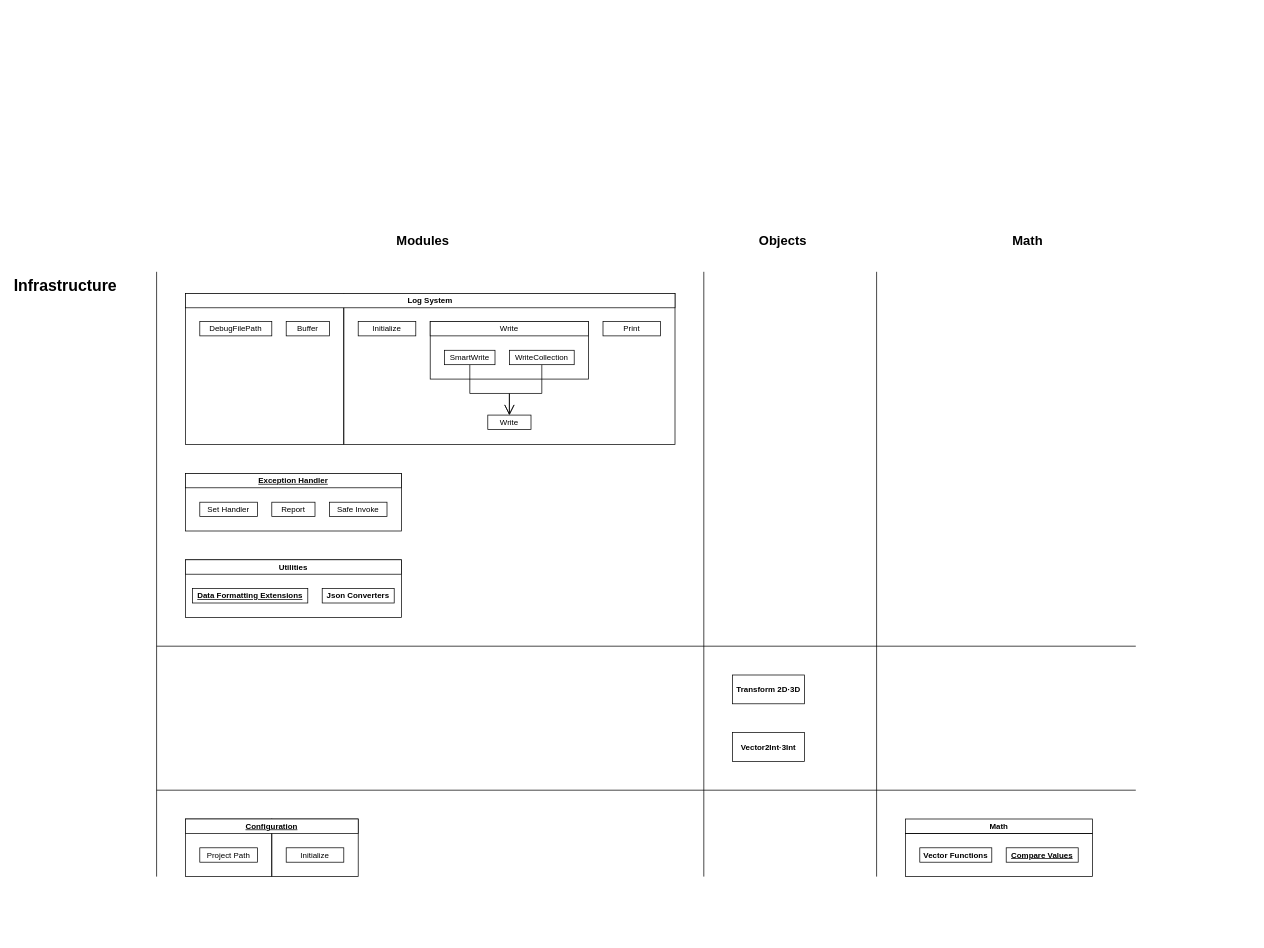
Above: page "Infrastructure" (1 of 2) of docs/02. UniEngine/UniEngine.drawio in dove-creative/uniengine (draw.io), before the change. Source tidied: cells renumbered, new cells numbered last; positions are measured from the earlier drawing's top-left corner, leaving out a move shared by most shapes. Both pictures are drawn from the tidied source at 72%, with x=0, y=0 at pixel (12, 228).
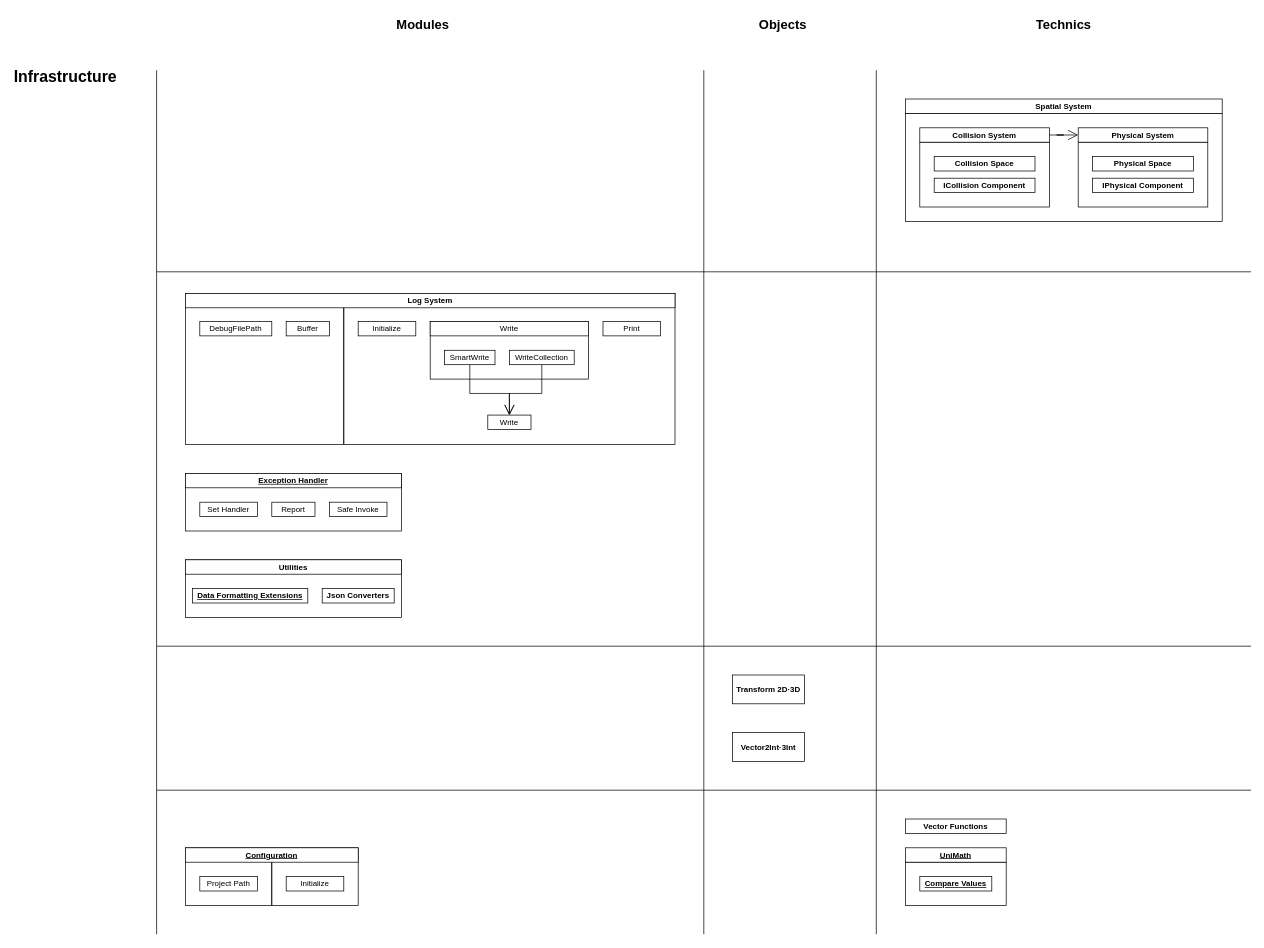
After the change.

The edit, as a diff of the source:
```diff
@@
+    <mxCell id="43" style="rounded=0;whiteSpace=wrap;html=1;fontFamily=Helvetica;fontSize=11;fontColor=default;labelBackgroundColor=default;fillColor=none;" parent="1" vertex="1">
+      <mxGeometry x="1240" y="880" width="140" height="60" as="geometry" />
+    </mxCell>
+    <mxCell id="45" style="rounded=0;whiteSpace=wrap;html=1;fontFamily=Helvetica;fontSize=11;fontColor=default;labelBackgroundColor=default;fillColor=none;" parent="1" vertex="1">
+      <mxGeometry x="1240" y="-160" width="440" height="150" as="geometry" />
+    </mxCell>
+    <mxCell id="46" style="rounded=0;whiteSpace=wrap;html=1;fontFamily=Helvetica;fontSize=11;fontColor=default;labelBackgroundColor=default;fillColor=none;" parent="1" vertex="1">
+      <mxGeometry x="1480" y="-120" width="180" height="90" as="geometry" />
+    </mxCell>
+    <mxCell id="47" style="rounded=0;whiteSpace=wrap;html=1;fontFamily=Helvetica;fontSize=11;fontColor=default;labelBackgroundColor=default;fillColor=none;" parent="1" vertex="1">
+      <mxGeometry x="1260" y="-120" width="180" height="90" as="geometry" />
+    </mxCell>
@@
     <mxCell id="5" style="rounded=0;whiteSpace=wrap;html=1;fontFamily=Helvetica;fontSize=11;fontColor=default;labelBackgroundColor=default;fillColor=none;" parent="1" vertex="1">
-      <mxGeometry x="240" y="820" width="120" height="80" as="geometry" />
+      <mxGeometry x="240" y="860" width="120" height="80" as="geometry" />
     </mxCell>
     <mxCell id="6" value="&lt;h1 style=&quot;margin-top: 0px;&quot;&gt;Infrastructure&lt;/h1&gt;" style="text;html=1;whiteSpace=wrap;overflow=hidden;rounded=0;fontFamily=Helvetica;fontSize=11;fontColor=default;labelBackgroundColor=none;align=left;verticalAlign=top;" parent="1" vertex="1">
-      <mxGeometry y="60" width="150" height="40" as="geometry" />
+      <mxGeometry y="-230" width="150" height="40" as="geometry" />
     </mxCell>
     <mxCell id="7" value="&lt;h1 style=&quot;margin-top: 0px;&quot;&gt;Modules&lt;/h1&gt;" style="text;html=1;whiteSpace=wrap;overflow=hidden;rounded=0;fontFamily=Helvetica;fontSize=9;fontColor=default;labelBackgroundColor=none;align=center;verticalAlign=top;" parent="1" vertex="1">
-      <mxGeometry x="490" width="160" height="40" as="geometry" />
+      <mxGeometry x="490" y="-300" width="160" height="40" as="geometry" />
     </mxCell>
     <mxCell id="8" style="endArrow=none;html=1;rounded=0;strokeColor=default;align=center;verticalAlign=middle;fontFamily=Helvetica;fontSize=11;fontColor=default;labelBackgroundColor=default;defaultLabelBackgroundColor=page;startSize=12;endSize=12;" parent="1" edge="1">
       <mxGeometry relative="1" as="geometry">
-        <mxPoint x="200" y="900" as="sourcePoint" />
-        <mxPoint x="200" y="60" as="targetPoint" />
+        <mxPoint x="200" y="980" as="sourcePoint" />
+        <mxPoint x="200" y="-220" as="targetPoint" />
       </mxGeometry>
     </mxCell>
     <mxCell id="9" style="endArrow=none;html=1;rounded=0;strokeColor=default;align=center;verticalAlign=middle;fontFamily=Helvetica;fontSize=11;fontColor=default;labelBackgroundColor=default;defaultLabelBackgroundColor=page;startSize=12;endSize=12;" parent="1" edge="1">
       <mxGeometry relative="1" as="geometry">
         <mxPoint x="200" y="780" as="sourcePoint" />
-        <mxPoint x="1560" y="780" as="targetPoint" />
+        <mxPoint x="1720" y="780" as="targetPoint" />
       </mxGeometry>
     </mxCell>
     <mxCell id="10" value="&lt;div style=&quot;text-align: right;&quot;&gt;Project Path&lt;/div&gt;" style="rounded=0;whiteSpace=wrap;html=1;fontFamily=Helvetica;fontSize=11;fontColor=default;labelBackgroundColor=default;" parent="1" vertex="1">
-      <mxGeometry x="260" y="860" width="80" height="20" as="geometry" />
+      <mxGeometry x="260" y="900" width="80" height="20" as="geometry" />
     </mxCell>
     <mxCell id="11" style="rounded=0;whiteSpace=wrap;html=1;fontFamily=Helvetica;fontSize=11;fontColor=default;labelBackgroundColor=default;fillColor=none;" parent="1" vertex="1">
-      <mxGeometry x="360" y="820" width="120" height="80" as="geometry" />
+      <mxGeometry x="360" y="860" width="120" height="80" as="geometry" />
     </mxCell>
     <mxCell id="12" value="&lt;div style=&quot;text-align: right;&quot;&gt;Initialize&lt;/div&gt;" style="rounded=0;whiteSpace=wrap;html=1;fontFamily=Helvetica;fontSize=11;fontColor=default;labelBackgroundColor=default;" parent="1" vertex="1">
-      <mxGeometry x="380" y="860" width="80" height="20" as="geometry" />
+      <mxGeometry x="380" y="900" width="80" height="20" as="geometry" />
     </mxCell>
@@
     <mxCell id="15" value="&lt;h1 style=&quot;margin-top: 0px;&quot;&gt;Objects&lt;/h1&gt;" style="text;html=1;whiteSpace=wrap;overflow=hidden;rounded=0;fontFamily=Helvetica;fontSize=9;fontColor=default;labelBackgroundColor=none;align=center;verticalAlign=top;" parent="1" vertex="1">
-      <mxGeometry x="990" width="160" height="40" as="geometry" />
+      <mxGeometry x="990" y="-300" width="160" height="40" as="geometry" />
     </mxCell>
     <mxCell id="16" style="endArrow=none;html=1;rounded=0;strokeColor=default;align=center;verticalAlign=middle;fontFamily=Helvetica;fontSize=11;fontColor=default;labelBackgroundColor=default;defaultLabelBackgroundColor=page;startSize=12;endSize=12;" parent="1" edge="1">
       <mxGeometry relative="1" as="geometry">
-        <mxPoint x="960" y="900" as="sourcePoint" />
-        <mxPoint x="960" y="60" as="targetPoint" />
+        <mxPoint x="960" y="980" as="sourcePoint" />
+        <mxPoint x="960" y="-220" as="targetPoint" />
       </mxGeometry>
     </mxCell>
     <mxCell id="17" style="endArrow=none;html=1;rounded=0;strokeColor=default;align=center;verticalAlign=middle;fontFamily=Helvetica;fontSize=11;fontColor=default;labelBackgroundColor=default;defaultLabelBackgroundColor=page;startSize=12;endSize=12;" parent="1" edge="1">
       <mxGeometry relative="1" as="geometry">
         <mxPoint x="200" y="580" as="sourcePoint" />
-        <mxPoint x="1560" y="580" as="targetPoint" />
+        <mxPoint x="1720" y="580" as="targetPoint" />
       </mxGeometry>
     </mxCell>
@@
     <mxCell id="38" value="&lt;div style=&quot;text-align: right;&quot;&gt;&lt;b style=&quot;text-align: center;&quot;&gt;&lt;u&gt;Configuration&lt;/u&gt;&lt;/b&gt;&lt;/div&gt;" style="rounded=0;whiteSpace=wrap;html=1;fontFamily=Helvetica;fontSize=11;fontColor=default;labelBackgroundColor=default;fontStyle=0;" parent="1" vertex="1">
-      <mxGeometry x="240" y="820" width="240" height="20" as="geometry" />
+      <mxGeometry x="240" y="860" width="240" height="20" as="geometry" />
     </mxCell>
     <mxCell id="39" style="endArrow=none;html=1;rounded=0;strokeColor=default;align=center;verticalAlign=middle;fontFamily=Helvetica;fontSize=11;fontColor=default;labelBackgroundColor=default;defaultLabelBackgroundColor=page;startSize=12;endSize=12;" parent="1" edge="1">
       <mxGeometry relative="1" as="geometry">
-        <mxPoint x="1200" y="900" as="sourcePoint" />
-        <mxPoint x="1200" y="60" as="targetPoint" />
+        <mxPoint x="1199.6" y="980" as="sourcePoint" />
+        <mxPoint x="1199.6" y="-220" as="targetPoint" />
       </mxGeometry>
     </mxCell>
-    <mxCell id="40" value="&lt;div style=&quot;text-align: right;&quot;&gt;&lt;span&gt;&lt;b&gt;Math&lt;/b&gt;&lt;/span&gt;&lt;/div&gt;" style="rounded=0;whiteSpace=wrap;html=1;fontFamily=Helvetica;fontSize=11;fontColor=default;labelBackgroundColor=default;fontStyle=0;" parent="1" vertex="1">
-      <mxGeometry x="1240" y="820" width="260" height="20" as="geometry" />
+    <mxCell id="40" value="&lt;div style=&quot;text-align: right;&quot;&gt;&lt;span&gt;&lt;b&gt;UniMath&lt;/b&gt;&lt;/span&gt;&lt;/div&gt;" style="rounded=0;whiteSpace=wrap;html=1;fontFamily=Helvetica;fontSize=11;fontColor=default;labelBackgroundColor=default;fontStyle=4;" parent="1" vertex="1">
+      <mxGeometry x="1240" y="860" width="140" height="20" as="geometry" />
     </mxCell>
     <mxCell id="41" value="&lt;div style=&quot;text-align: right;&quot;&gt;&lt;span&gt;&lt;b&gt;Vector Functions&lt;/b&gt;&lt;/span&gt;&lt;/div&gt;" style="rounded=0;whiteSpace=wrap;html=1;fontFamily=Helvetica;fontSize=11;fontColor=default;labelBackgroundColor=default;fontStyle=0;" parent="1" vertex="1">
-      <mxGeometry x="1260" y="860" width="100" height="20" as="geometry" />
+      <mxGeometry x="1240" y="820" width="140" height="20" as="geometry" />
     </mxCell>
     <mxCell id="42" value="&lt;div style=&quot;text-align: right;&quot;&gt;&lt;b&gt;&lt;u&gt;Compare Values&lt;/u&gt;&lt;/b&gt;&lt;/div&gt;" style="rounded=0;whiteSpace=wrap;html=1;fontFamily=Helvetica;fontSize=11;fontColor=default;labelBackgroundColor=default;fontStyle=0;" parent="1" vertex="1">
-      <mxGeometry x="1380" y="860" width="100" height="20" as="geometry" />
+      <mxGeometry x="1260" y="900" width="100" height="20" as="geometry" />
     </mxCell>
-    <mxCell id="43" style="rounded=0;whiteSpace=wrap;html=1;fontFamily=Helvetica;fontSize=11;fontColor=default;labelBackgroundColor=default;fillColor=none;" parent="1" vertex="1">
-      <mxGeometry x="1240" y="840" width="260" height="60" as="geometry" />
-    </mxCell>
-    <mxCell id="44" value="&lt;h1 style=&quot;margin-top: 0px;&quot;&gt;Math&lt;/h1&gt;" style="text;html=1;whiteSpace=wrap;overflow=hidden;rounded=0;fontFamily=Helvetica;fontSize=9;fontColor=default;labelBackgroundColor=none;align=center;verticalAlign=top;" parent="1" vertex="1">
-      <mxGeometry x="1330" width="160" height="40" as="geometry" />
-    </mxCell>
+    <mxCell id="48" style="endArrow=none;html=1;rounded=0;strokeColor=default;align=center;verticalAlign=middle;fontFamily=Helvetica;fontSize=11;fontColor=default;labelBackgroundColor=default;defaultLabelBackgroundColor=page;startSize=12;endSize=12;" parent="1" edge="1">
+      <mxGeometry relative="1" as="geometry">
+        <mxPoint x="200" y="60" as="sourcePoint" />
+        <mxPoint x="1720" y="60" as="targetPoint" />
+      </mxGeometry>
+    </mxCell>
+    <mxCell id="49" value="&lt;div style=&quot;text-align: right;&quot;&gt;&lt;span&gt;&lt;b&gt;Spatial System&lt;br&gt;&lt;/b&gt;&lt;/span&gt;&lt;/div&gt;" style="rounded=0;whiteSpace=wrap;html=1;fontFamily=Helvetica;fontSize=11;fontColor=default;labelBackgroundColor=default;fontStyle=0;" parent="1" vertex="1">
+      <mxGeometry x="1240" y="-180" width="440" height="20" as="geometry" />
+    </mxCell>
+    <mxCell id="50" style="edgeStyle=orthogonalEdgeStyle;shape=connector;rounded=0;jettySize=auto;html=1;entryX=0;entryY=0.5;entryDx=0;entryDy=0;strokeColor=default;align=center;verticalAlign=middle;fontFamily=Helvetica;fontSize=11;fontColor=default;labelBackgroundColor=default;defaultLabelBackgroundColor=page;startArrow=none;startFill=0;startSize=12;endArrow=open;endFill=0;endSize=12;" parent="1" edge="1" source="51" target="52">
+      <mxGeometry relative="1" as="geometry" />
+    </mxCell>
+    <mxCell id="51" value="&lt;div style=&quot;text-align: right;&quot;&gt;&lt;span&gt;&lt;b&gt;Collision System&lt;/b&gt;&lt;/span&gt;&lt;/div&gt;" style="rounded=0;whiteSpace=wrap;html=1;fontFamily=Helvetica;fontSize=11;fontColor=default;labelBackgroundColor=default;fontStyle=0;" parent="1" vertex="1">
+      <mxGeometry x="1260" y="-140" width="180" height="20" as="geometry" />
+    </mxCell>
+    <mxCell id="52" value="&lt;div style=&quot;text-align: right;&quot;&gt;&lt;b&gt;Physical System&lt;/b&gt;&lt;/div&gt;" style="rounded=0;whiteSpace=wrap;html=1;fontFamily=Helvetica;fontSize=11;fontColor=default;labelBackgroundColor=default;fontStyle=0;" parent="1" vertex="1">
+      <mxGeometry x="1480" y="-140" width="180" height="20" as="geometry" />
+    </mxCell>
+    <mxCell id="53" value="&lt;div style=&quot;text-align: right;&quot;&gt;&lt;span&gt;&lt;b&gt;Collision Space&lt;/b&gt;&lt;/span&gt;&lt;/div&gt;" style="rounded=0;whiteSpace=wrap;html=1;fontFamily=Helvetica;fontSize=11;fontColor=default;labelBackgroundColor=default;fontStyle=0;" parent="1" vertex="1">
+      <mxGeometry x="1280" y="-100" width="140" height="20" as="geometry" />
+    </mxCell>
+    <mxCell id="54" value="&lt;div style=&quot;text-align: right;&quot;&gt;&lt;span&gt;&lt;b&gt;Physical Space&lt;/b&gt;&lt;/span&gt;&lt;/div&gt;" style="rounded=0;whiteSpace=wrap;html=1;fontFamily=Helvetica;fontSize=11;fontColor=default;labelBackgroundColor=default;fontStyle=0;" parent="1" vertex="1">
+      <mxGeometry x="1500" y="-100" width="140" height="20" as="geometry" />
+    </mxCell>
+    <mxCell id="55" value="&lt;div style=&quot;text-align: right;&quot;&gt;&lt;span&gt;&lt;b&gt;ICollision Component&lt;/b&gt;&lt;/span&gt;&lt;/div&gt;" style="rounded=0;whiteSpace=wrap;html=1;fontFamily=Helvetica;fontSize=11;fontColor=default;labelBackgroundColor=default;fontStyle=0;" parent="1" vertex="1">
+      <mxGeometry x="1280" y="-70" width="140" height="20" as="geometry" />
+    </mxCell>
+    <mxCell id="56" value="&lt;div style=&quot;text-align: right;&quot;&gt;&lt;span&gt;&lt;b&gt;I&lt;/b&gt;&lt;/span&gt;&lt;b&gt;Physical&amp;nbsp;&lt;/b&gt;&lt;span&gt;&lt;b&gt;Component&lt;/b&gt;&lt;/span&gt;&lt;/div&gt;" style="rounded=0;whiteSpace=wrap;html=1;fontFamily=Helvetica;fontSize=11;fontColor=default;labelBackgroundColor=default;fontStyle=0;" parent="1" vertex="1">
+      <mxGeometry x="1500" y="-70" width="140" height="20" as="geometry" />
+    </mxCell>
+    <mxCell id="57" value="&lt;h1 style=&quot;margin-top: 0px;&quot;&gt;Technics&lt;/h1&gt;" style="text;html=1;whiteSpace=wrap;overflow=hidden;rounded=0;fontFamily=Helvetica;fontSize=9;fontColor=default;labelBackgroundColor=none;align=center;verticalAlign=top;" parent="1" vertex="1">
+      <mxGeometry x="1380" y="-300" width="160" height="40" as="geometry" />
+    </mxCell>
```
